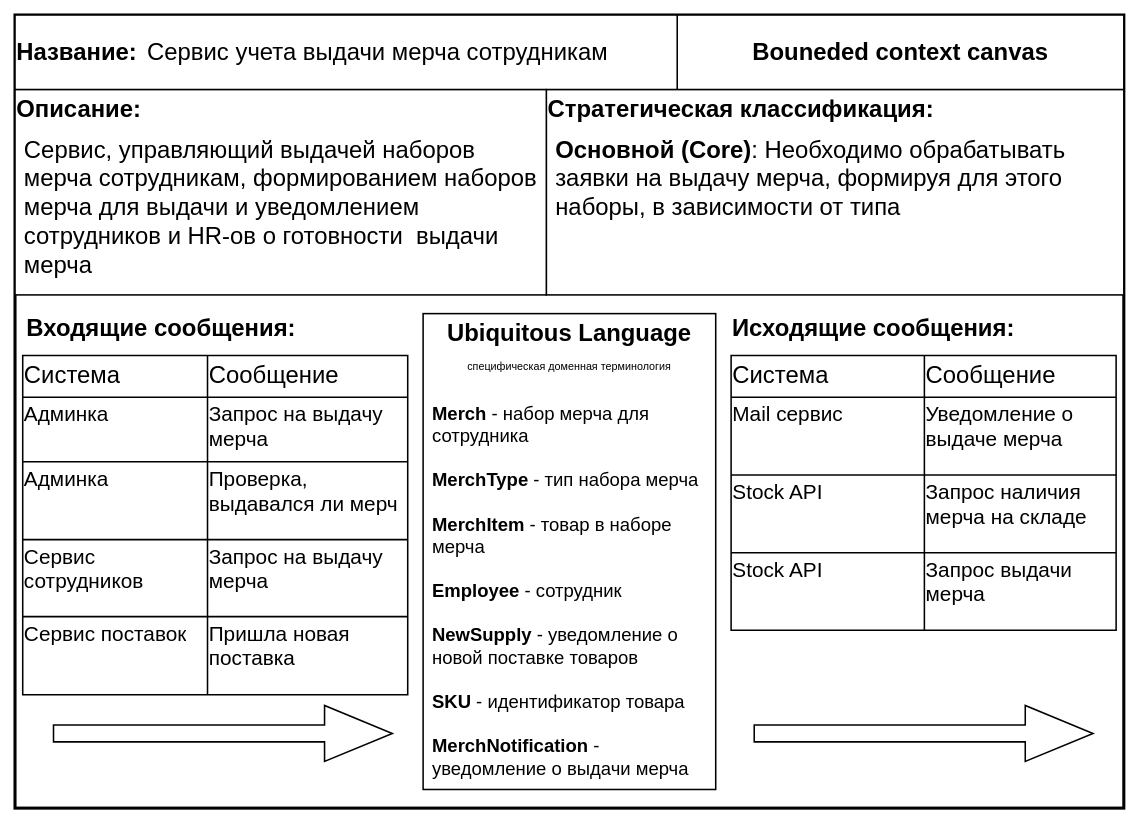
Above: Bounded Context Canvas.drawio in ozon-edu-csharp-2021/akryazhevskih (draw.io), before the change. Source tidied: cells renumbered, new cells numbered last; positions are measured from the earlier drawing's top-left corner, leaving out a move shared by most shapes. Both pictures are drawn from the tidied source at 77%, with x=0, y=0 at pixel (15, 15).
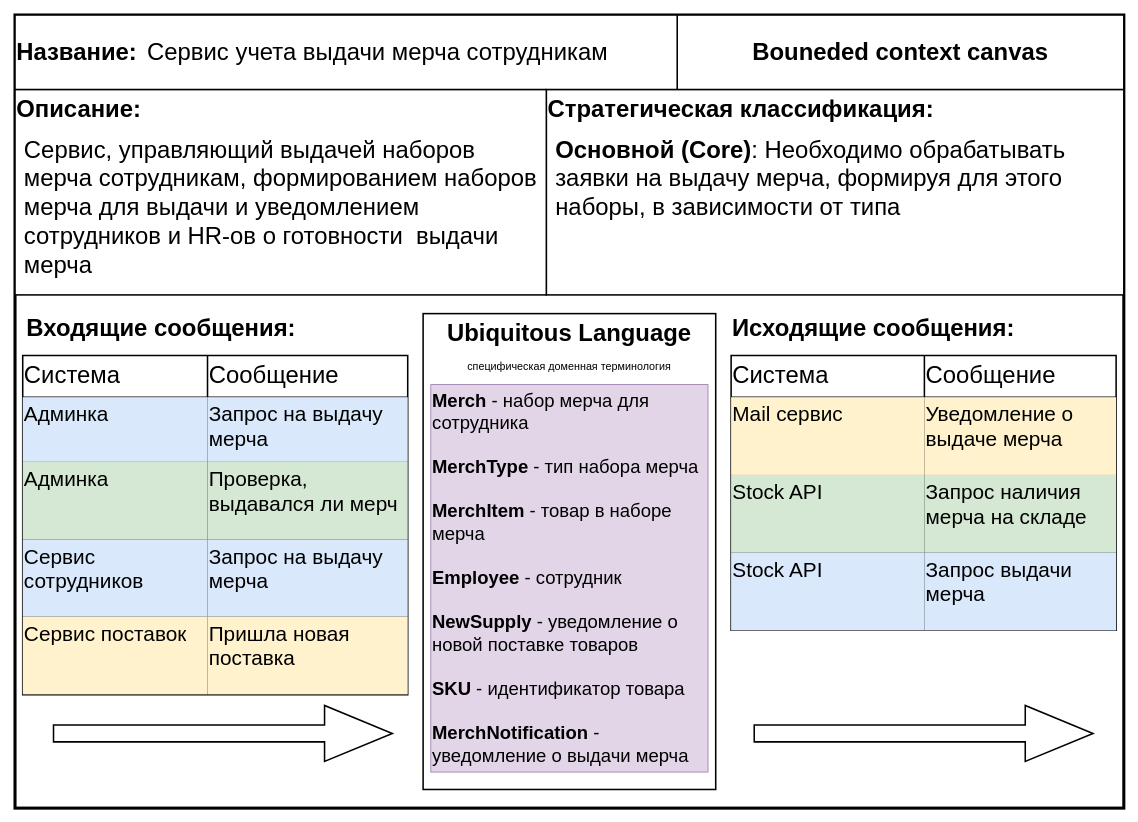
Above is the later version.

The change refers to these unchanged cells:
```xml
<mxCell id="2" style="group;" parent="1" vertex="1">
  <mxGeometry width="1440" height="1030" as="geometry" />
</mxCell>
<mxCell id="13" style="shape=partialRectangle;html=1;whiteSpace=wrap;fillColor=none;top=0;left=0;bottom=0;right=0;rounded=0;shadow=0;glass=0;sketch=0;fontSize=31;strokeColor=default;strokeWidth=2;align=left;verticalAlign=top;" parent="9" vertex="1">
  <mxGeometry y="54" width="500" height="84" as="geometry" />
</mxCell>
<mxCell id="16" style="shape=partialRectangle;html=1;whiteSpace=wrap;fillColor=none;top=0;left=0;bottom=0;right=0;rounded=0;shadow=0;glass=0;sketch=0;fontSize=31;strokeColor=default;strokeWidth=2;align=left;verticalAlign=top;" parent="9" vertex="1">
  <mxGeometry y="138" width="500" height="101" as="geometry" />
</mxCell>
<mxCell id="19" style="shape=partialRectangle;html=1;whiteSpace=wrap;fillColor=none;top=0;left=0;bottom=0;right=0;rounded=0;shadow=0;glass=0;sketch=0;fontSize=31;strokeColor=default;strokeWidth=2;align=left;verticalAlign=top;" parent="9" vertex="1">
  <mxGeometry y="239" width="500" height="100" as="geometry" />
</mxCell>
<mxCell id="22" style="shape=partialRectangle;html=1;whiteSpace=wrap;fillColor=none;top=0;left=0;bottom=0;right=0;rounded=0;shadow=0;glass=0;sketch=0;fontSize=31;strokeColor=default;strokeWidth=2;align=left;verticalAlign=top;" parent="9" vertex="1">
  <mxGeometry y="339" width="500" height="101" as="geometry" />
</mxCell>
<mxCell id="29" style="shape=partialRectangle;html=1;whiteSpace=wrap;fillColor=none;top=0;left=0;bottom=0;right=0;rounded=0;shadow=0;glass=0;sketch=0;fontSize=31;strokeColor=default;strokeWidth=2;align=left;verticalAlign=top;" parent="25" vertex="1">
  <mxGeometry y="54" width="500" height="101" as="geometry" />
</mxCell>
<mxCell id="32" style="shape=partialRectangle;html=1;whiteSpace=wrap;fillColor=none;top=0;left=0;bottom=0;right=0;rounded=0;shadow=0;glass=0;sketch=0;fontSize=31;strokeColor=default;strokeWidth=2;align=left;verticalAlign=top;" parent="25" vertex="1">
  <mxGeometry y="155" width="500" height="101" as="geometry" />
</mxCell>
<mxCell id="35" style="shape=partialRectangle;html=1;whiteSpace=wrap;fillColor=none;top=0;left=0;bottom=0;right=0;rounded=0;shadow=0;glass=0;sketch=0;fontSize=31;strokeColor=default;strokeWidth=2;align=left;verticalAlign=top;" parent="25" vertex="1">
  <mxGeometry y="256" width="500" height="101" as="geometry" />
</mxCell>
```

Change to the diagram source:
```diff
@@
-    <mxCell id="3" style="group;" parent="2" vertex="1">
+    <mxCell id="3" style="group;fillColor=#fff2cc;strokeColor=#d6b656;" parent="2" vertex="1">
       <mxGeometry width="1440" height="1030" as="geometry" />
     </mxCell>
@@
-    <mxCell id="14" value="&lt;span style=&quot;font-size: 27px;&quot;&gt;Админка&lt;/span&gt;" style="shape=partialRectangle;html=1;whiteSpace=wrap;fillColor=none;top=0;left=0;bottom=0;right=0;overflow=hidden;rounded=0;shadow=0;glass=0;sketch=0;fontSize=27;strokeColor=default;strokeWidth=2;align=left;verticalAlign=top;" parent="13" vertex="1">
+    <mxCell id="14" value="&lt;span style=&quot;font-size: 27px;&quot;&gt;Админка&lt;/span&gt;" style="shape=partialRectangle;html=1;whiteSpace=wrap;fillColor=#dae8fc;top=0;left=0;bottom=0;right=0;overflow=hidden;rounded=0;shadow=0;glass=0;sketch=0;fontSize=27;strokeColor=#6c8ebf;strokeWidth=2;align=left;verticalAlign=top;" parent="13" vertex="1">
       <mxGeometry width="240" height="84" as="geometry" />
     </mxCell>
-    <mxCell id="15" value="&lt;font style=&quot;font-size: 27px;&quot;&gt;Запрос на выдачу мерча&lt;/font&gt;" style="shape=partialRectangle;html=1;whiteSpace=wrap;fillColor=none;top=0;left=0;bottom=0;right=0;overflow=hidden;rounded=0;shadow=0;glass=0;sketch=0;fontSize=27;strokeColor=default;strokeWidth=2;align=left;verticalAlign=top;" parent="13" vertex="1">
+    <mxCell id="15" value="&lt;font style=&quot;font-size: 27px;&quot;&gt;Запрос на выдачу мерча&lt;/font&gt;" style="shape=partialRectangle;html=1;whiteSpace=wrap;fillColor=#dae8fc;top=0;left=0;bottom=0;right=0;overflow=hidden;rounded=0;shadow=0;glass=0;sketch=0;fontSize=27;strokeColor=#6c8ebf;strokeWidth=2;align=left;verticalAlign=top;" parent="13" vertex="1">
       <mxGeometry x="240" width="260" height="84" as="geometry" />
     </mxCell>
@@
-    <mxCell id="17" value="&lt;span&gt;Админка&lt;/span&gt;" style="shape=partialRectangle;html=1;whiteSpace=wrap;fillColor=none;top=0;left=0;bottom=0;right=0;overflow=hidden;rounded=0;shadow=0;glass=0;sketch=0;fontSize=27;strokeColor=default;strokeWidth=2;align=left;verticalAlign=top;flipV=1;flipH=1;" parent="16" vertex="1">
+    <mxCell id="17" value="&lt;span&gt;Админка&lt;/span&gt;" style="shape=partialRectangle;html=1;whiteSpace=wrap;fillColor=#d5e8d4;top=0;left=0;bottom=0;right=0;overflow=hidden;rounded=0;shadow=0;glass=0;sketch=0;fontSize=27;strokeColor=#82b366;strokeWidth=2;align=left;verticalAlign=top;flipV=1;flipH=1;" parent="16" vertex="1">
       <mxGeometry width="240" height="101" as="geometry" />
     </mxCell>
-    <mxCell id="18" value="&lt;span&gt;Проверка, выдавался ли мерч&lt;/span&gt;" style="shape=partialRectangle;html=1;whiteSpace=wrap;fillColor=none;top=0;left=0;bottom=0;right=0;overflow=hidden;rounded=0;shadow=0;glass=0;sketch=0;fontSize=27;strokeColor=default;strokeWidth=2;align=left;verticalAlign=top;" parent="16" vertex="1">
+    <mxCell id="18" value="&lt;span&gt;Проверка, выдавался ли мерч&lt;/span&gt;" style="shape=partialRectangle;html=1;whiteSpace=wrap;fillColor=#d5e8d4;top=0;left=0;bottom=0;right=0;overflow=hidden;rounded=0;shadow=0;glass=0;sketch=0;fontSize=27;strokeColor=#82b366;strokeWidth=2;align=left;verticalAlign=top;" parent="16" vertex="1">
       <mxGeometry x="240" width="260" height="101" as="geometry" />
     </mxCell>
@@
-    <mxCell id="20" value="&lt;div&gt;Сервис сотрудников&lt;/div&gt;&lt;div&gt;&lt;br&gt;&lt;/div&gt;" style="shape=partialRectangle;html=1;whiteSpace=wrap;fillColor=none;top=0;left=0;bottom=0;right=0;overflow=hidden;rounded=0;shadow=0;glass=0;sketch=0;fontSize=27;strokeColor=default;strokeWidth=2;align=left;verticalAlign=top;flipV=1;flipH=1;" parent="19" vertex="1">
+    <mxCell id="20" value="&lt;div&gt;Сервис сотрудников&lt;/div&gt;&lt;div&gt;&lt;br&gt;&lt;/div&gt;" style="shape=partialRectangle;html=1;whiteSpace=wrap;fillColor=#dae8fc;top=0;left=0;bottom=0;right=0;overflow=hidden;rounded=0;shadow=0;glass=0;sketch=0;fontSize=27;strokeColor=#6c8ebf;strokeWidth=2;align=left;verticalAlign=top;flipV=1;flipH=1;" parent="19" vertex="1">
       <mxGeometry width="240" height="100" as="geometry" />
     </mxCell>
-    <mxCell id="21" value="Запрос на выдачу мерча" style="shape=partialRectangle;html=1;whiteSpace=wrap;fillColor=none;top=0;left=0;bottom=0;right=0;overflow=hidden;rounded=0;shadow=0;glass=0;sketch=0;fontSize=27;strokeColor=default;strokeWidth=2;align=left;verticalAlign=top;" parent="19" vertex="1">
+    <mxCell id="21" value="Запрос на выдачу мерча" style="shape=partialRectangle;html=1;whiteSpace=wrap;fillColor=#dae8fc;top=0;left=0;bottom=0;right=0;overflow=hidden;rounded=0;shadow=0;glass=0;sketch=0;fontSize=27;strokeColor=#6c8ebf;strokeWidth=2;align=left;verticalAlign=top;" parent="19" vertex="1">
       <mxGeometry x="240" width="260" height="100" as="geometry" />
     </mxCell>
@@
-    <mxCell id="23" value="&lt;span&gt;Сервис поставок&lt;/span&gt;" style="shape=partialRectangle;html=1;whiteSpace=wrap;fillColor=none;top=0;left=0;bottom=0;right=0;overflow=hidden;rounded=0;shadow=0;glass=0;sketch=0;fontSize=27;strokeColor=default;strokeWidth=2;align=left;verticalAlign=top;flipV=1;flipH=1;" parent="22" vertex="1">
+    <mxCell id="23" value="&lt;span&gt;Сервис поставок&lt;/span&gt;" style="shape=partialRectangle;html=1;whiteSpace=wrap;fillColor=#fff2cc;top=0;left=0;bottom=0;right=0;overflow=hidden;rounded=0;shadow=0;glass=0;sketch=0;fontSize=27;strokeColor=#d6b656;strokeWidth=2;align=left;verticalAlign=top;flipV=1;flipH=1;" parent="22" vertex="1">
       <mxGeometry width="240" height="101" as="geometry" />
     </mxCell>
-    <mxCell id="24" value="&lt;span&gt;Пришла новая поставка&lt;/span&gt;" style="shape=partialRectangle;html=1;whiteSpace=wrap;fillColor=none;top=0;left=0;bottom=0;right=0;overflow=hidden;rounded=0;shadow=0;glass=0;sketch=0;fontSize=27;strokeColor=default;strokeWidth=2;align=left;verticalAlign=top;" parent="22" vertex="1">
+    <mxCell id="24" value="&lt;span&gt;Пришла новая поставка&lt;/span&gt;" style="shape=partialRectangle;html=1;whiteSpace=wrap;fillColor=#fff2cc;top=0;left=0;bottom=0;right=0;overflow=hidden;rounded=0;shadow=0;glass=0;sketch=0;fontSize=27;strokeColor=#d6b656;strokeWidth=2;align=left;verticalAlign=top;" parent="22" vertex="1">
       <mxGeometry x="240" width="260" height="101" as="geometry" />
     </mxCell>
@@
-    <mxCell id="30" value="Mail сервис" style="shape=partialRectangle;html=1;whiteSpace=wrap;fillColor=none;top=0;left=0;bottom=0;right=0;overflow=hidden;rounded=0;shadow=0;glass=0;sketch=0;fontSize=27;strokeColor=default;strokeWidth=2;align=left;verticalAlign=top;" parent="29" vertex="1">
+    <mxCell id="30" value="Mail сервис" style="shape=partialRectangle;html=1;whiteSpace=wrap;fillColor=#fff2cc;top=0;left=0;bottom=0;right=0;overflow=hidden;rounded=0;shadow=0;glass=0;sketch=0;fontSize=27;strokeColor=#d6b656;strokeWidth=2;align=left;verticalAlign=top;" parent="29" vertex="1">
       <mxGeometry width="251" height="101" as="geometry" />
     </mxCell>
-    <mxCell id="31" value="&lt;font style=&quot;font-size: 27px&quot;&gt;Уведомление о выдаче мерча&lt;/font&gt;" style="shape=partialRectangle;html=1;whiteSpace=wrap;fillColor=none;top=0;left=0;bottom=0;right=0;overflow=hidden;rounded=0;shadow=0;glass=0;sketch=0;fontSize=27;strokeColor=default;strokeWidth=2;align=left;verticalAlign=top;" parent="29" vertex="1">
+    <mxCell id="31" value="&lt;font style=&quot;font-size: 27px&quot;&gt;Уведомление о выдаче мерча&lt;/font&gt;" style="shape=partialRectangle;html=1;whiteSpace=wrap;fillColor=#fff2cc;top=0;left=0;bottom=0;right=0;overflow=hidden;rounded=0;shadow=0;glass=0;sketch=0;fontSize=27;strokeColor=#d6b656;strokeWidth=2;align=left;verticalAlign=top;" parent="29" vertex="1">
       <mxGeometry x="251" width="249" height="101" as="geometry" />
     </mxCell>
@@
-    <mxCell id="33" value="Stock API" style="shape=partialRectangle;html=1;whiteSpace=wrap;fillColor=none;top=0;left=0;bottom=0;right=0;overflow=hidden;rounded=0;shadow=0;glass=0;sketch=0;fontSize=27;strokeColor=default;strokeWidth=2;align=left;verticalAlign=top;" parent="32" vertex="1">
+    <mxCell id="33" value="Stock API" style="shape=partialRectangle;html=1;whiteSpace=wrap;fillColor=#d5e8d4;top=0;left=0;bottom=0;right=0;overflow=hidden;rounded=0;shadow=0;glass=0;sketch=0;fontSize=27;strokeColor=#82b366;strokeWidth=2;align=left;verticalAlign=top;" parent="32" vertex="1">
       <mxGeometry width="251" height="101" as="geometry" />
     </mxCell>
-    <mxCell id="34" value="Запрос наличия мерча на складе" style="shape=partialRectangle;html=1;whiteSpace=wrap;fillColor=none;top=0;left=0;bottom=0;right=0;overflow=hidden;rounded=0;shadow=0;glass=0;sketch=0;fontSize=27;strokeColor=default;strokeWidth=2;align=left;verticalAlign=top;" parent="32" vertex="1">
+    <mxCell id="34" value="Запрос наличия мерча на складе" style="shape=partialRectangle;html=1;whiteSpace=wrap;fillColor=#d5e8d4;top=0;left=0;bottom=0;right=0;overflow=hidden;rounded=0;shadow=0;glass=0;sketch=0;fontSize=27;strokeColor=#82b366;strokeWidth=2;align=left;verticalAlign=top;" parent="32" vertex="1">
       <mxGeometry x="251" width="249" height="101" as="geometry" />
     </mxCell>
@@
-    <mxCell id="36" value="&lt;span style=&quot;font-size: 27px&quot;&gt;Stock API&lt;/span&gt;" style="shape=partialRectangle;html=1;whiteSpace=wrap;fillColor=none;top=0;left=0;bottom=0;right=0;overflow=hidden;rounded=0;shadow=0;glass=0;sketch=0;fontSize=27;strokeColor=default;strokeWidth=2;align=left;verticalAlign=top;" parent="35" vertex="1">
+    <mxCell id="36" value="&lt;span style=&quot;font-size: 27px&quot;&gt;Stock API&lt;/span&gt;" style="shape=partialRectangle;html=1;whiteSpace=wrap;fillColor=#dae8fc;top=0;left=0;bottom=0;right=0;overflow=hidden;rounded=0;shadow=0;glass=0;sketch=0;fontSize=27;strokeColor=#6c8ebf;strokeWidth=2;align=left;verticalAlign=top;" parent="35" vertex="1">
       <mxGeometry width="251" height="101" as="geometry" />
     </mxCell>
-    <mxCell id="37" value="Запрос выдачи мерча" style="shape=partialRectangle;html=1;whiteSpace=wrap;fillColor=none;top=0;left=0;bottom=0;right=0;overflow=hidden;rounded=0;shadow=0;glass=0;sketch=0;fontSize=27;strokeColor=default;strokeWidth=2;align=left;verticalAlign=top;" parent="35" vertex="1">
+    <mxCell id="37" value="Запрос выдачи мерча" style="shape=partialRectangle;html=1;whiteSpace=wrap;fillColor=#dae8fc;top=0;left=0;bottom=0;right=0;overflow=hidden;rounded=0;shadow=0;glass=0;sketch=0;fontSize=27;strokeColor=#6c8ebf;strokeWidth=2;align=left;verticalAlign=top;" parent="35" vertex="1">
       <mxGeometry x="251" width="249" height="101" as="geometry" />
     </mxCell>
@@
-    <mxCell id="51" value="&lt;span style=&quot;font-size: 24px&quot;&gt;&lt;b style=&quot;font-size: 24px&quot;&gt;Merch &lt;/b&gt;- набор мерча для сотрудника&lt;br&gt;&lt;br style=&quot;font-size: 24px&quot;&gt;&lt;b style=&quot;font-size: 24px&quot;&gt;MerchType &lt;/b&gt;- тип набора мерча&lt;br&gt;&lt;br style=&quot;font-size: 24px&quot;&gt;&lt;b style=&quot;font-size: 24px&quot;&gt;MerchItem &lt;/b&gt;- товар в наборе мерча&lt;br&gt;&lt;/span&gt;&lt;br style=&quot;font-size: 24px&quot;&gt;&lt;span style=&quot;font-size: 24px&quot;&gt;&lt;b style=&quot;font-size: 24px&quot;&gt;Employee &lt;/b&gt;- сотрудник&lt;br&gt;&lt;/span&gt;&lt;span style=&quot;font-size: 24px&quot;&gt;&lt;br style=&quot;font-size: 24px&quot;&gt;&lt;b style=&quot;font-size: 24px&quot;&gt;NewSupply &lt;/b&gt;- уведомление о новой поставке товаров&lt;br&gt;&lt;br style=&quot;font-size: 24px&quot;&gt;&lt;b style=&quot;font-size: 24px&quot;&gt;SKU &lt;/b&gt;- идентификатор товара&lt;br&gt;&lt;br style=&quot;font-size: 24px&quot;&gt;&lt;b style=&quot;font-size: 24px&quot;&gt;MerchNotification &lt;/b&gt;- уведомление о&amp;nbsp;&lt;/span&gt;&lt;span style=&quot;font-size: 24px&quot;&gt;выдачи&amp;nbsp;&lt;/span&gt;&lt;span style=&quot;font-size: 24px&quot;&gt;мерча&lt;/span&gt;&lt;span style=&quot;font-size: 24px&quot;&gt;&lt;br style=&quot;font-size: 24px&quot;&gt;&lt;/span&gt;" style="text;html=1;strokeColor=none;fillColor=none;align=left;verticalAlign=top;whiteSpace=wrap;rounded=0;shadow=0;glass=0;sketch=0;fontSize=24;" parent="2" vertex="1">
-      <mxGeometry x="540" y="496.8" width="360" height="503.2" as="geometry" />
+    <mxCell id="51" value="&lt;span style=&quot;font-size: 24px&quot;&gt;&lt;b style=&quot;font-size: 24px&quot;&gt;Merch &lt;/b&gt;- набор мерча для сотрудника&lt;br&gt;&lt;br style=&quot;font-size: 24px&quot;&gt;&lt;b style=&quot;font-size: 24px&quot;&gt;MerchType &lt;/b&gt;- тип набора мерча&lt;br&gt;&lt;br style=&quot;font-size: 24px&quot;&gt;&lt;b style=&quot;font-size: 24px&quot;&gt;MerchItem &lt;/b&gt;- товар в наборе мерча&lt;br&gt;&lt;/span&gt;&lt;br style=&quot;font-size: 24px&quot;&gt;&lt;span style=&quot;font-size: 24px&quot;&gt;&lt;b style=&quot;font-size: 24px&quot;&gt;Employee &lt;/b&gt;- сотрудник&lt;br&gt;&lt;/span&gt;&lt;span style=&quot;font-size: 24px&quot;&gt;&lt;br style=&quot;font-size: 24px&quot;&gt;&lt;b style=&quot;font-size: 24px&quot;&gt;NewSupply &lt;/b&gt;- уведомление о новой поставке товаров&lt;br&gt;&lt;br style=&quot;font-size: 24px&quot;&gt;&lt;b style=&quot;font-size: 24px&quot;&gt;SKU &lt;/b&gt;- идентификатор товара&lt;br&gt;&lt;br style=&quot;font-size: 24px&quot;&gt;&lt;b style=&quot;font-size: 24px&quot;&gt;MerchNotification &lt;/b&gt;- уведомление о&amp;nbsp;&lt;/span&gt;&lt;span style=&quot;font-size: 24px&quot;&gt;выдачи&amp;nbsp;&lt;/span&gt;&lt;span style=&quot;font-size: 24px&quot;&gt;мерча&lt;/span&gt;&lt;span style=&quot;font-size: 24px&quot;&gt;&lt;br style=&quot;font-size: 24px&quot;&gt;&lt;/span&gt;" style="text;html=1;strokeColor=#9673a6;fillColor=#e1d5e7;align=left;verticalAlign=top;whiteSpace=wrap;rounded=0;shadow=0;glass=0;sketch=0;fontSize=24;" parent="2" vertex="1">
+      <mxGeometry x="540" y="480" width="360" height="503.2" as="geometry" />
     </mxCell>
```
